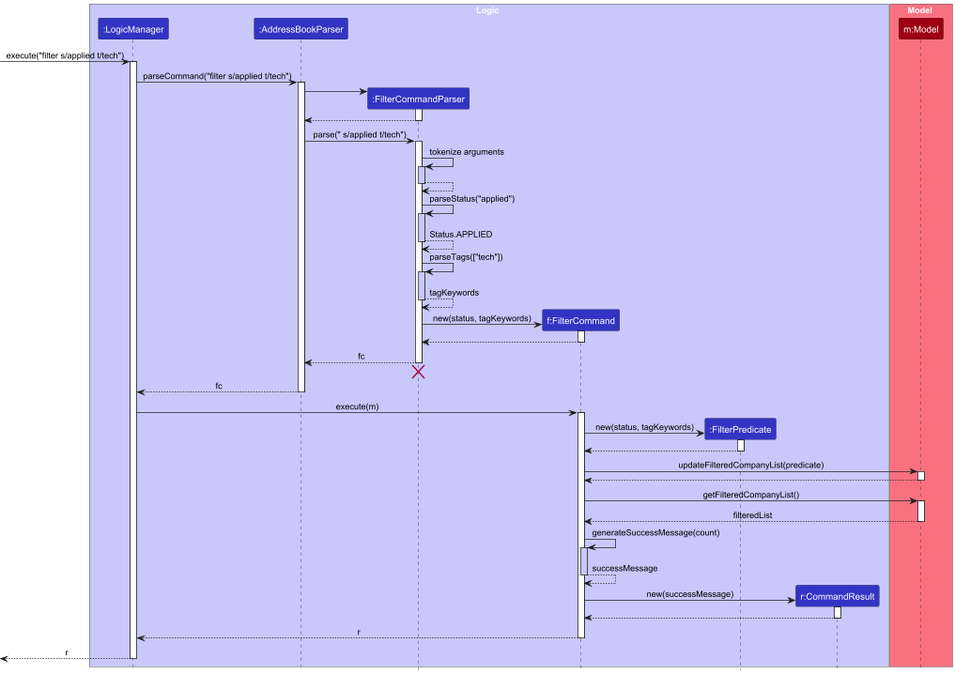
Earlier version of the PlantUML export docs/images/FilterSequenceDiagram.png (AY2526S1-CS2103T-F08a-1/tp). The source it was exported from:
```plantuml
@startuml
!include style.puml
skinparam ArrowFontStyle plain

box Logic LOGIC_COLOR_T1
participant ":LogicManager" as LogicManager LOGIC_COLOR
participant ":AddressBookParser" as AddressBookParser LOGIC_COLOR
participant ":FilterCommandParser" as FilterCommandParser LOGIC_COLOR
participant "f:FilterCommand" as FilterCommand LOGIC_COLOR
participant ":FilterPredicate" as FilterPredicate LOGIC_COLOR
participant "r:CommandResult" as CommandResult LOGIC_COLOR
end box

box Model MODEL_COLOR_T1
participant "m:Model" as Model MODEL_COLOR
end box

[-> LogicManager : execute("filter s/applied t/tech")
activate LogicManager

LogicManager -> AddressBookParser : parseCommand("filter s/applied t/tech")
activate AddressBookParser

create FilterCommandParser
AddressBookParser -> FilterCommandParser
activate FilterCommandParser

FilterCommandParser --> AddressBookParser
deactivate FilterCommandParser

AddressBookParser -> FilterCommandParser : parse(" s/applied t/tech")
activate FilterCommandParser

FilterCommandParser -> FilterCommandParser : tokenize arguments
activate FilterCommandParser LOGIC_COLOR_T1
FilterCommandParser --> FilterCommandParser
deactivate FilterCommandParser

FilterCommandParser -> FilterCommandParser : parseStatus("applied")
activate FilterCommandParser LOGIC_COLOR_T1
FilterCommandParser --> FilterCommandParser : Status.APPLIED
deactivate FilterCommandParser

FilterCommandParser -> FilterCommandParser : parseTags(["tech"])
activate FilterCommandParser LOGIC_COLOR_T1
FilterCommandParser --> FilterCommandParser : tagKeywords
deactivate FilterCommandParser

create FilterCommand
FilterCommandParser -> FilterCommand : new(status, tagKeywords)
activate FilterCommand

FilterCommand --> FilterCommandParser
deactivate FilterCommand

FilterCommandParser --> AddressBookParser : fc
deactivate FilterCommandParser
FilterCommandParser -[hidden]-> AddressBookParser
destroy FilterCommandParser

AddressBookParser --> LogicManager : fc
deactivate AddressBookParser

LogicManager -> FilterCommand : execute(m)
activate FilterCommand

create FilterPredicate
FilterCommand -> FilterPredicate : new(status, tagKeywords)
activate FilterPredicate
FilterPredicate --> FilterCommand
deactivate FilterPredicate

FilterCommand -> Model : updateFilteredCompanyList(predicate)
activate Model

Model --> FilterCommand
deactivate Model

FilterCommand -> Model : getFilteredCompanyList()
activate Model
Model --> FilterCommand : filteredList
deactivate Model

FilterCommand -> FilterCommand : generateSuccessMessage(count)
activate FilterCommand LOGIC_COLOR_T1
FilterCommand --> FilterCommand : successMessage
deactivate FilterCommand

create CommandResult
FilterCommand -> CommandResult : new(successMessage)
activate CommandResult

CommandResult --> FilterCommand
deactivate CommandResult

FilterCommand --> LogicManager : r
deactivate FilterCommand

[<--LogicManager : r
deactivate LogicManager
@enduml
```
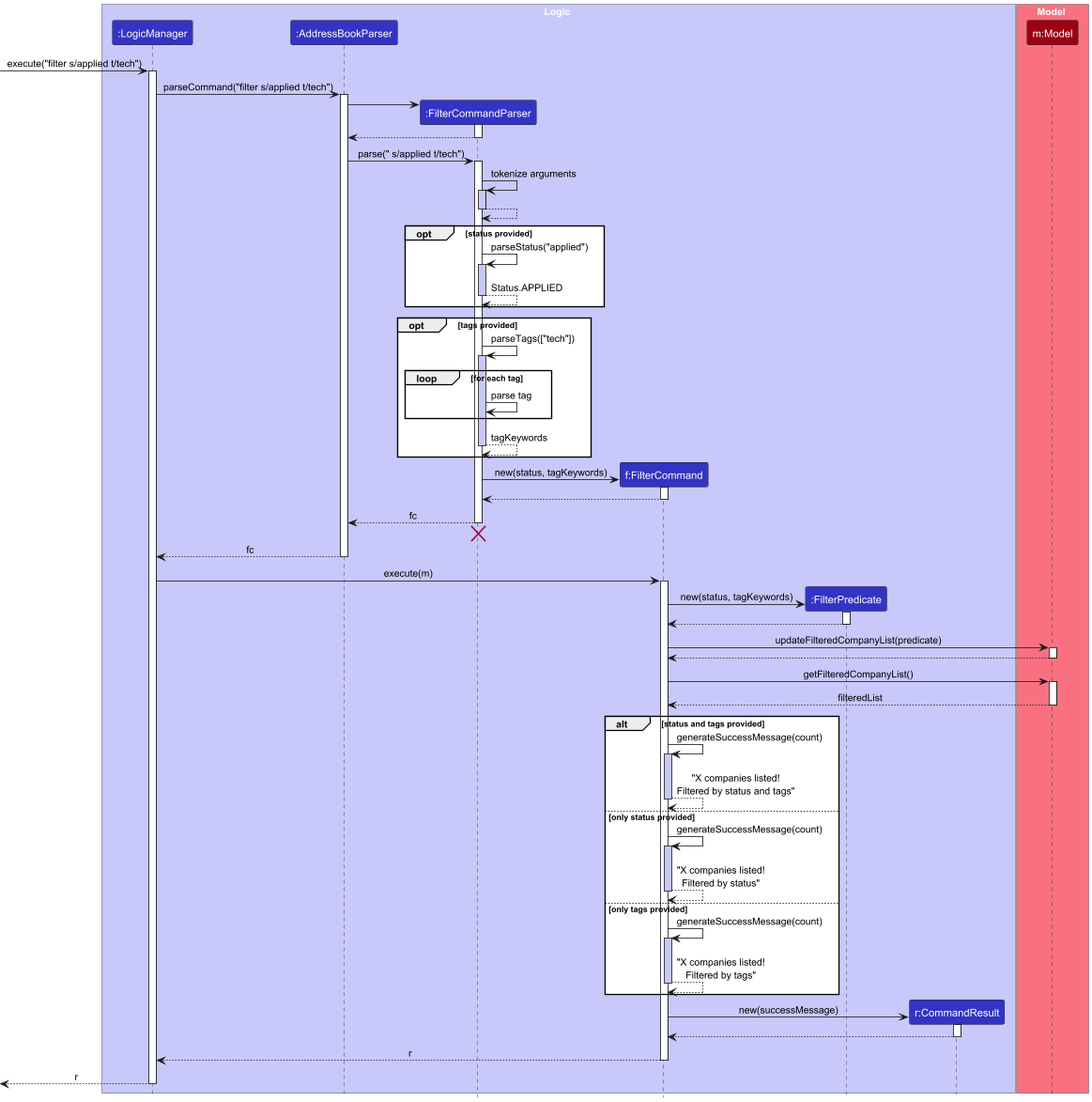
Above is the later version.

Commit message:
Update UML Diagrams

Change to the diagram source:
```diff
@@ -36,15 +36,24 @@
 FilterCommandParser --> FilterCommandParser
 deactivate FilterCommandParser
 
-FilterCommandParser -> FilterCommandParser : parseStatus("applied")
-activate FilterCommandParser LOGIC_COLOR_T1
-FilterCommandParser --> FilterCommandParser : Status.APPLIED
-deactivate FilterCommandParser
+opt status provided
+    FilterCommandParser -> FilterCommandParser : parseStatus("applied")
+    activate FilterCommandParser LOGIC_COLOR_T1
+    FilterCommandParser --> FilterCommandParser : Status.APPLIED
+    deactivate FilterCommandParser
+end
 
-FilterCommandParser -> FilterCommandParser : parseTags(["tech"])
-activate FilterCommandParser LOGIC_COLOR_T1
-FilterCommandParser --> FilterCommandParser : tagKeywords
-deactivate FilterCommandParser
+opt tags provided
+    FilterCommandParser -> FilterCommandParser : parseTags(["tech"])
+    activate FilterCommandParser LOGIC_COLOR_T1
+
+    loop for each tag
+        FilterCommandParser -> FilterCommandParser : parse tag
+    end
+
+    FilterCommandParser --> FilterCommandParser : tagKeywords
+    deactivate FilterCommandParser
+end
 
 create FilterCommand
 FilterCommandParser -> FilterCommand : new(status, tagKeywords)
@@ -81,10 +90,22 @@
 Model --> FilterCommand : filteredList
 deactivate Model
 
-FilterCommand -> FilterCommand : generateSuccessMessage(count)
-activate FilterCommand LOGIC_COLOR_T1
-FilterCommand --> FilterCommand : successMessage
-deactivate FilterCommand
+alt status and tags provided
+    FilterCommand -> FilterCommand : generateSuccessMessage(count)
+    activate FilterCommand LOGIC_COLOR_T1
+    FilterCommand --> FilterCommand : "X companies listed!\nFiltered by status and tags"
+    deactivate FilterCommand
+else only status provided
+    FilterCommand -> FilterCommand : generateSuccessMessage(count)
+    activate FilterCommand LOGIC_COLOR_T1
+    FilterCommand --> FilterCommand : "X companies listed!\nFiltered by status"
+    deactivate FilterCommand
+else only tags provided
+    FilterCommand -> FilterCommand : generateSuccessMessage(count)
+    activate FilterCommand LOGIC_COLOR_T1
+    FilterCommand --> FilterCommand : "X companies listed!\nFiltered by tags"
+    deactivate FilterCommand
+end
 
 create CommandResult
 FilterCommand -> CommandResult : new(successMessage)
```
